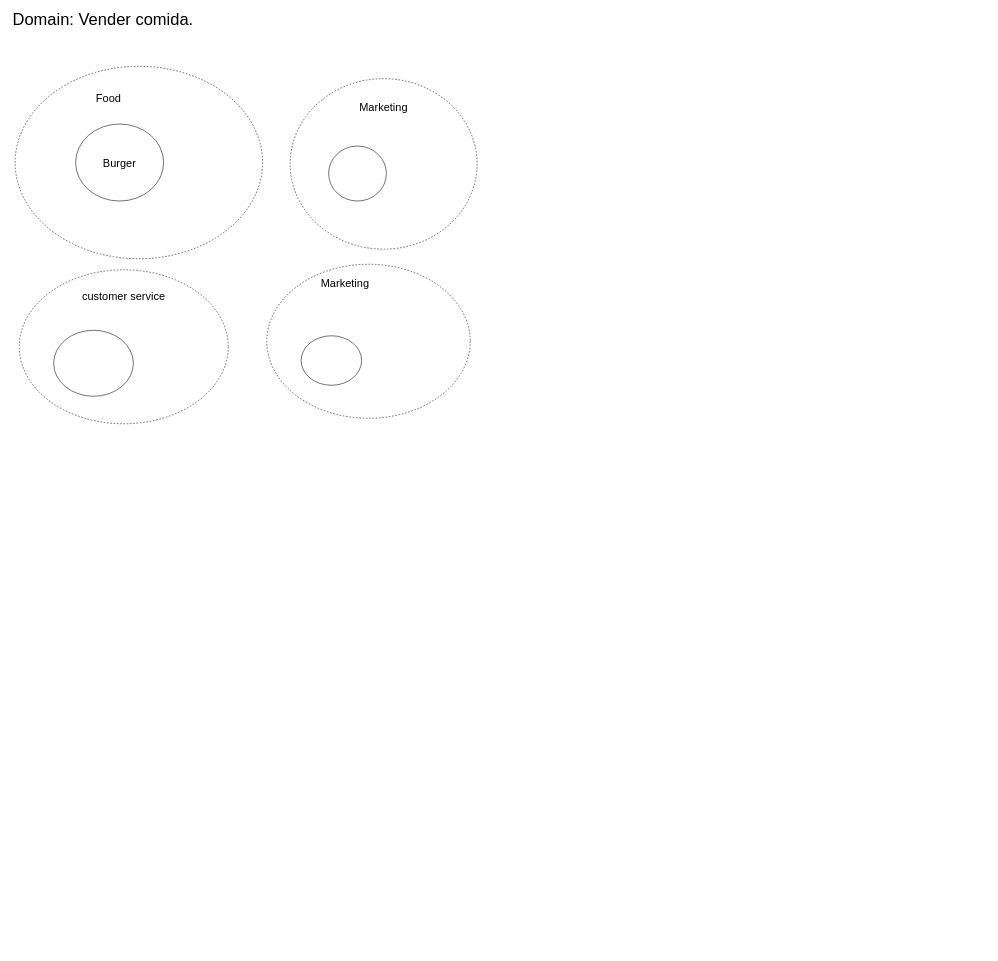
Before: page "Análisis" (1 of 3) of DDD Models/pet_proyect_burgerRestaurant.drawio in fabrikolof/reto_burgerRestaurant, a draw.io diagram. Source tidied: cells renumbered, new cells numbered last; positions are measured from the earlier drawing's top-left corner, leaving out a move shared by most shapes. Both pictures are drawn from the tidied source at 55%, with x=0, y=0 at pixel (9, 11).
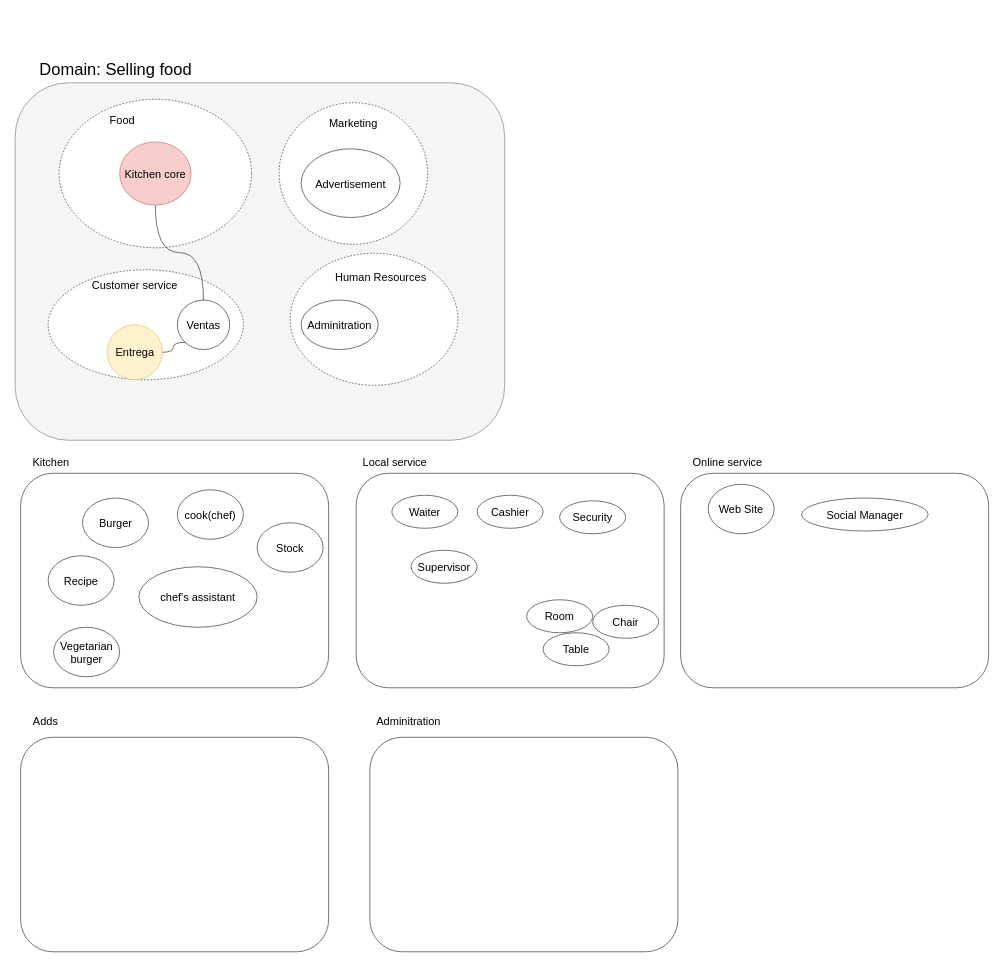
The same page after the edit.

The edit, as a diff of the source:
```diff
@@
+    <mxCell id="15" style="rounded=1;whiteSpace=wrap;html=1;fontSize=20;fillColor=#f5f5f5;fontColor=#333333;strokeColor=#666666;" parent="1" vertex="1">
+      <mxGeometry x="10" y="130" width="890" height="650" as="geometry" />
+    </mxCell>
+    <mxCell id="16" style="rounded=1;whiteSpace=wrap;html=1;fontSize=20;" parent="1" vertex="1">
+      <mxGeometry x="20" y="840" width="560" height="390" as="geometry" />
+    </mxCell>
-    <mxCell id="2" value="&lt;font style=&quot;font-size: 30px;&quot;&gt;Domain: Vender comida.&lt;/font&gt;" style="text;html=1;strokeColor=none;fillColor=none;align=center;verticalAlign=middle;whiteSpace=wrap;rounded=0;" parent="1" vertex="1">
-      <mxGeometry width="340" height="30" as="geometry" />
+    <mxCell id="2" value="&lt;font style=&quot;font-size: 30px;&quot;&gt;Domain: Selling food&lt;br&gt;&lt;/font&gt;" style="text;html=1;strokeColor=none;fillColor=none;align=center;verticalAlign=middle;whiteSpace=wrap;rounded=0;" parent="1" vertex="1">
+      <mxGeometry x="22.5" y="90" width="340" height="30" as="geometry" />
     </mxCell>
     <mxCell id="3" style="ellipse;whiteSpace=wrap;html=1;fontSize=30;dashed=1;" parent="1" vertex="1">
-      <mxGeometry x="10" y="100" width="450" height="350" as="geometry" />
+      <mxGeometry x="90" y="160" width="350" height="270" as="geometry" />
     </mxCell>
     <mxCell id="4" style="ellipse;whiteSpace=wrap;html=1;fontSize=30;dashed=1;" parent="1" vertex="1">
-      <mxGeometry x="510" y="122.5" width="340" height="310" as="geometry" />
+      <mxGeometry x="490" y="166.2" width="270" height="257.5" as="geometry" />
     </mxCell>
     <mxCell id="5" style="ellipse;whiteSpace=wrap;html=1;fontSize=30;dashed=1;" parent="1" vertex="1">
-      <mxGeometry x="17.5" y="470" width="380" height="280" as="geometry" />
+      <mxGeometry x="70" y="470" width="355" height="200" as="geometry" />
     </mxCell>
     <mxCell id="6" value="&lt;font style=&quot;font-size: 20px;&quot;&gt;Food&lt;/font&gt;" style="text;html=1;strokeColor=none;fillColor=none;align=center;verticalAlign=middle;whiteSpace=wrap;rounded=0;dashed=1;fontSize=30;" parent="1" vertex="1">
-      <mxGeometry x="150" y="140" width="60" height="30" as="geometry" />
+      <mxGeometry x="175" y="180" width="60" height="30" as="geometry" />
     </mxCell>
-    <mxCell id="7" value="&lt;font style=&quot;font-size: 20px;&quot;&gt;&lt;span class=&quot;VIiyi&quot; lang=&quot;en&quot;&gt;&lt;span class=&quot;JLqJ4b ChMk0b&quot;&gt;&lt;span class=&quot;Q4iAWc&quot;&gt;customer service&lt;/span&gt;&lt;/span&gt;&lt;/span&gt;&lt;/font&gt;" style="text;html=1;strokeColor=none;fillColor=none;align=center;verticalAlign=middle;whiteSpace=wrap;rounded=0;dashed=1;fontSize=30;" parent="1" vertex="1">
-      <mxGeometry x="60" y="500" width="295" height="30" as="geometry" />
+    <mxCell id="7" value="&lt;font style=&quot;font-size: 20px;&quot;&gt;C&lt;/font&gt;&lt;font style=&quot;font-size: 20px;&quot;&gt;&lt;span class=&quot;VIiyi&quot; lang=&quot;en&quot;&gt;&lt;span class=&quot;JLqJ4b ChMk0b&quot;&gt;&lt;span class=&quot;Q4iAWc&quot;&gt;ustomer service&lt;/span&gt;&lt;/span&gt;&lt;/span&gt;&lt;/font&gt;" style="text;html=1;strokeColor=none;fillColor=none;align=center;verticalAlign=middle;whiteSpace=wrap;rounded=0;dashed=1;fontSize=30;" parent="1" vertex="1">
+      <mxGeometry x="80" y="480" width="295" height="30" as="geometry" />
     </mxCell>
+    <mxCell id="17" style="edgeStyle=orthogonalEdgeStyle;curved=1;jettySize=auto;html=1;fontSize=20;endArrow=none;endFill=0;" parent="1" edge="1" source="8" target="42">
+      <mxGeometry relative="1" as="geometry" />
+    </mxCell>
-    <mxCell id="8" value="Burger" style="ellipse;whiteSpace=wrap;html=1;fontSize=20;" parent="1" vertex="1">
-      <mxGeometry x="120" y="205" width="160" height="140" as="geometry" />
+    <mxCell id="8" value="&lt;span class=&quot;VIiyi&quot; lang=&quot;en&quot;&gt;&lt;span class=&quot;JLqJ4b ChMk0b&quot;&gt;&lt;span class=&quot;Q4iAWc&quot;&gt;Kitchen core&lt;br&gt;&lt;/span&gt;&lt;/span&gt;&lt;/span&gt;" style="ellipse;whiteSpace=wrap;html=1;fontSize=20;fillColor=#f8cecc;strokeColor=#b85450;" parent="1" vertex="1">
+      <mxGeometry x="200" y="237.5" width="130" height="115" as="geometry" />
     </mxCell>
-    <mxCell id="9" style="ellipse;whiteSpace=wrap;html=1;fontSize=20;" parent="1" vertex="1">
-      <mxGeometry x="80" y="580" width="145" height="120" as="geometry" />
-    </mxCell>
-    <mxCell id="10" style="ellipse;whiteSpace=wrap;html=1;fontSize=20;" parent="1" vertex="1">
-      <mxGeometry x="580" y="245" width="105" height="100" as="geometry" />
+    <mxCell id="10" value="Advertisement" style="ellipse;whiteSpace=wrap;html=1;fontSize=20;" parent="1" vertex="1">
+      <mxGeometry x="530" y="250" width="180" height="125" as="geometry" />
     </mxCell>
     <mxCell id="11" value="&lt;font style=&quot;font-size: 20px;&quot;&gt;Marketing&lt;/font&gt;" style="text;html=1;strokeColor=none;fillColor=none;align=center;verticalAlign=middle;whiteSpace=wrap;rounded=0;dashed=1;fontSize=30;" parent="1" vertex="1">
-      <mxGeometry x="620" y="160" width="120" height="20" as="geometry" />
+      <mxGeometry x="565" y="190" width="120" height="20" as="geometry" />
     </mxCell>
     <mxCell id="12" style="ellipse;whiteSpace=wrap;html=1;fontSize=30;dashed=1;" parent="1" vertex="1">
-      <mxGeometry x="467.5" y="460" width="370" height="280" as="geometry" />
+      <mxGeometry x="510" y="440" width="305" height="240" as="geometry" />
     </mxCell>
-    <mxCell id="13" style="ellipse;whiteSpace=wrap;html=1;fontSize=20;" parent="1" vertex="1">
-      <mxGeometry x="530" y="590" width="110" height="90" as="geometry" />
+    <mxCell id="13" value="Adminitration" style="ellipse;whiteSpace=wrap;html=1;fontSize=20;" parent="1" vertex="1">
+      <mxGeometry x="530" y="525" width="140" height="90" as="geometry" />
     </mxCell>
-    <mxCell id="14" value="&lt;font style=&quot;font-size: 20px;&quot;&gt;Marketing&lt;/font&gt;" style="text;html=1;strokeColor=none;fillColor=none;align=center;verticalAlign=middle;whiteSpace=wrap;rounded=0;dashed=1;fontSize=30;" parent="1" vertex="1">
-      <mxGeometry x="550" y="480" width="120" height="20" as="geometry" />
+    <mxCell id="14" value="&lt;font style=&quot;font-size: 20px;&quot;&gt;Human Resources&lt;br&gt;&lt;/font&gt;" style="text;html=1;strokeColor=none;fillColor=none;align=center;verticalAlign=middle;whiteSpace=wrap;rounded=0;dashed=1;fontSize=30;" parent="1" vertex="1">
+      <mxGeometry x="570" y="470" width="210" height="20" as="geometry" />
     </mxCell>
+    <mxCell id="18" value="Stock" style="ellipse;whiteSpace=wrap;html=1;fontSize=20;" parent="1" vertex="1">
+      <mxGeometry x="450" y="930" width="120" height="90" as="geometry" />
+    </mxCell>
+    <mxCell id="19" value="cook(chef)" style="ellipse;whiteSpace=wrap;html=1;fontSize=20;" parent="1" vertex="1">
+      <mxGeometry x="305" y="870" width="120" height="90" as="geometry" />
+    </mxCell>
+    <mxCell id="20" value="Recipe" style="ellipse;whiteSpace=wrap;html=1;fontSize=20;" parent="1" vertex="1">
+      <mxGeometry x="70" y="990" width="120" height="90" as="geometry" />
+    </mxCell>
+    <mxCell id="21" value="&lt;span class=&quot;VIiyi&quot; lang=&quot;en&quot;&gt;&lt;span class=&quot;JLqJ4b ChMk0b&quot;&gt;&lt;span class=&quot;Q4iAWc&quot;&gt;Kitchen &lt;/span&gt;&lt;/span&gt;&lt;/span&gt;" style="text;html=1;align=center;verticalAlign=middle;strokeColor=none;fillColor=none;fontSize=20;" parent="1" vertex="1">
+      <mxGeometry x="30" y="800" width="90" height="40" as="geometry" />
+    </mxCell>
+    <mxCell id="22" style="rounded=1;whiteSpace=wrap;html=1;fontSize=20;" parent="1" vertex="1">
+      <mxGeometry x="630" y="840" width="560" height="390" as="geometry" />
+    </mxCell>
+    <mxCell id="23" value="Local &lt;font style=&quot;font-size: 20px;&quot;&gt;&lt;span class=&quot;VIiyi&quot; lang=&quot;en&quot;&gt;&lt;span class=&quot;JLqJ4b ChMk0b&quot;&gt;&lt;span class=&quot;Q4iAWc&quot;&gt;service&lt;/span&gt;&lt;/span&gt;&lt;/span&gt;&lt;/font&gt;" style="text;html=1;align=center;verticalAlign=middle;strokeColor=none;fillColor=none;fontSize=20;" parent="1" vertex="1">
+      <mxGeometry x="630" y="800" width="140" height="40" as="geometry" />
+    </mxCell>
+    <mxCell id="24" style="rounded=1;whiteSpace=wrap;html=1;fontSize=20;" parent="1" vertex="1">
+      <mxGeometry x="1220" y="840" width="560" height="390" as="geometry" />
+    </mxCell>
+    <mxCell id="25" value="Online &lt;font style=&quot;font-size: 20px;&quot;&gt;&lt;span class=&quot;VIiyi&quot; lang=&quot;en&quot;&gt;&lt;span class=&quot;JLqJ4b ChMk0b&quot;&gt;&lt;span class=&quot;Q4iAWc&quot;&gt;service&lt;/span&gt;&lt;/span&gt;&lt;/span&gt;&lt;/font&gt;" style="text;html=1;align=center;verticalAlign=middle;strokeColor=none;fillColor=none;fontSize=20;" parent="1" vertex="1">
+      <mxGeometry x="1230" y="800" width="150" height="40" as="geometry" />
+    </mxCell>
+    <mxCell id="26" value="Adds" style="text;html=1;align=center;verticalAlign=middle;strokeColor=none;fillColor=none;fontSize=20;" parent="1" vertex="1">
+      <mxGeometry x="30" y="1270" width="70" height="40" as="geometry" />
+    </mxCell>
+    <mxCell id="27" style="rounded=1;whiteSpace=wrap;html=1;fontSize=20;" parent="1" vertex="1">
+      <mxGeometry x="20" y="1320" width="560" height="390" as="geometry" />
+    </mxCell>
+    <mxCell id="28" value="Adminitration" style="text;html=1;align=center;verticalAlign=middle;strokeColor=none;fillColor=none;fontSize=20;" parent="1" vertex="1">
+      <mxGeometry x="655" y="1270" width="140" height="40" as="geometry" />
+    </mxCell>
+    <mxCell id="29" style="rounded=1;whiteSpace=wrap;html=1;fontSize=20;" parent="1" vertex="1">
+      <mxGeometry x="655" y="1320" width="560" height="390" as="geometry" />
+    </mxCell>
+    <mxCell id="30" value="Waiter" style="ellipse;whiteSpace=wrap;html=1;fontSize=20;" parent="1" vertex="1">
+      <mxGeometry x="695" y="880" width="120" height="60" as="geometry" />
+    </mxCell>
+    <mxCell id="31" value="Cashier" style="ellipse;whiteSpace=wrap;html=1;fontSize=20;" parent="1" vertex="1">
+      <mxGeometry x="850" y="880" width="120" height="60" as="geometry" />
+    </mxCell>
+    <mxCell id="32" value="Table" style="ellipse;whiteSpace=wrap;html=1;fontSize=20;" parent="1" vertex="1">
+      <mxGeometry x="970" y="1130" width="120" height="60" as="geometry" />
+    </mxCell>
+    <mxCell id="33" value="Web Site" style="ellipse;whiteSpace=wrap;html=1;fontSize=20;" parent="1" vertex="1">
+      <mxGeometry x="1270" y="860" width="120" height="90" as="geometry" />
+    </mxCell>
+    <mxCell id="34" value="Social Manager" style="ellipse;whiteSpace=wrap;html=1;fontSize=20;" parent="1" vertex="1">
+      <mxGeometry x="1440" y="885" width="230" height="60" as="geometry" />
+    </mxCell>
+    <mxCell id="35" value="Room" style="ellipse;whiteSpace=wrap;html=1;fontSize=20;" parent="1" vertex="1">
+      <mxGeometry x="940" y="1070" width="120" height="60" as="geometry" />
+    </mxCell>
+    <mxCell id="36" value="Chair" style="ellipse;whiteSpace=wrap;html=1;fontSize=20;" parent="1" vertex="1">
+      <mxGeometry x="1060" y="1080" width="120" height="60" as="geometry" />
+    </mxCell>
+    <mxCell id="37" value="Burger" style="ellipse;whiteSpace=wrap;html=1;fontSize=20;" parent="1" vertex="1">
+      <mxGeometry x="132.5" y="885" width="120" height="90" as="geometry" />
+    </mxCell>
+    <mxCell id="38" value="Vegetarian burger" style="ellipse;whiteSpace=wrap;html=1;fontSize=20;" parent="1" vertex="1">
+      <mxGeometry x="80" y="1120" width="120" height="90" as="geometry" />
+    </mxCell>
+    <mxCell id="39" value="Security" style="ellipse;whiteSpace=wrap;html=1;fontSize=20;" parent="1" vertex="1">
+      <mxGeometry x="1000" y="890" width="120" height="60" as="geometry" />
+    </mxCell>
+    <mxCell id="40" value="Supervisor" style="ellipse;whiteSpace=wrap;html=1;fontSize=20;" parent="1" vertex="1">
+      <mxGeometry x="730" y="980" width="120" height="60" as="geometry" />
+    </mxCell>
+    <mxCell id="41" value="&lt;span class=&quot;VIiyi&quot; lang=&quot;en&quot;&gt;&lt;span class=&quot;JLqJ4b ChMk0b&quot;&gt;&lt;span class=&quot;Q4iAWc&quot;&gt;chef's assistant&lt;/span&gt;&lt;/span&gt;&lt;/span&gt;" style="ellipse;whiteSpace=wrap;html=1;fontSize=20;" parent="1" vertex="1">
+      <mxGeometry x="235" y="1010" width="215" height="110" as="geometry" />
+    </mxCell>
+    <mxCell id="42" value="Ventas" style="ellipse;whiteSpace=wrap;html=1;fontSize=20;" parent="1" vertex="1">
+      <mxGeometry x="305" y="525" width="95" height="90" as="geometry" />
+    </mxCell>
+    <mxCell id="43" style="edgeStyle=orthogonalEdgeStyle;curved=1;jettySize=auto;html=1;entryX=0;entryY=1;entryDx=0;entryDy=0;fontSize=20;endArrow=none;endFill=0;" parent="1" edge="1" source="44" target="42">
+      <mxGeometry relative="1" as="geometry" />
+    </mxCell>
+    <mxCell id="44" value="Entrega" style="ellipse;whiteSpace=wrap;html=1;fontSize=20;fillColor=#fff2cc;strokeColor=#d6b656;" parent="1" vertex="1">
+      <mxGeometry x="177.5" y="570" width="100" height="100" as="geometry" />
+    </mxCell>
```
